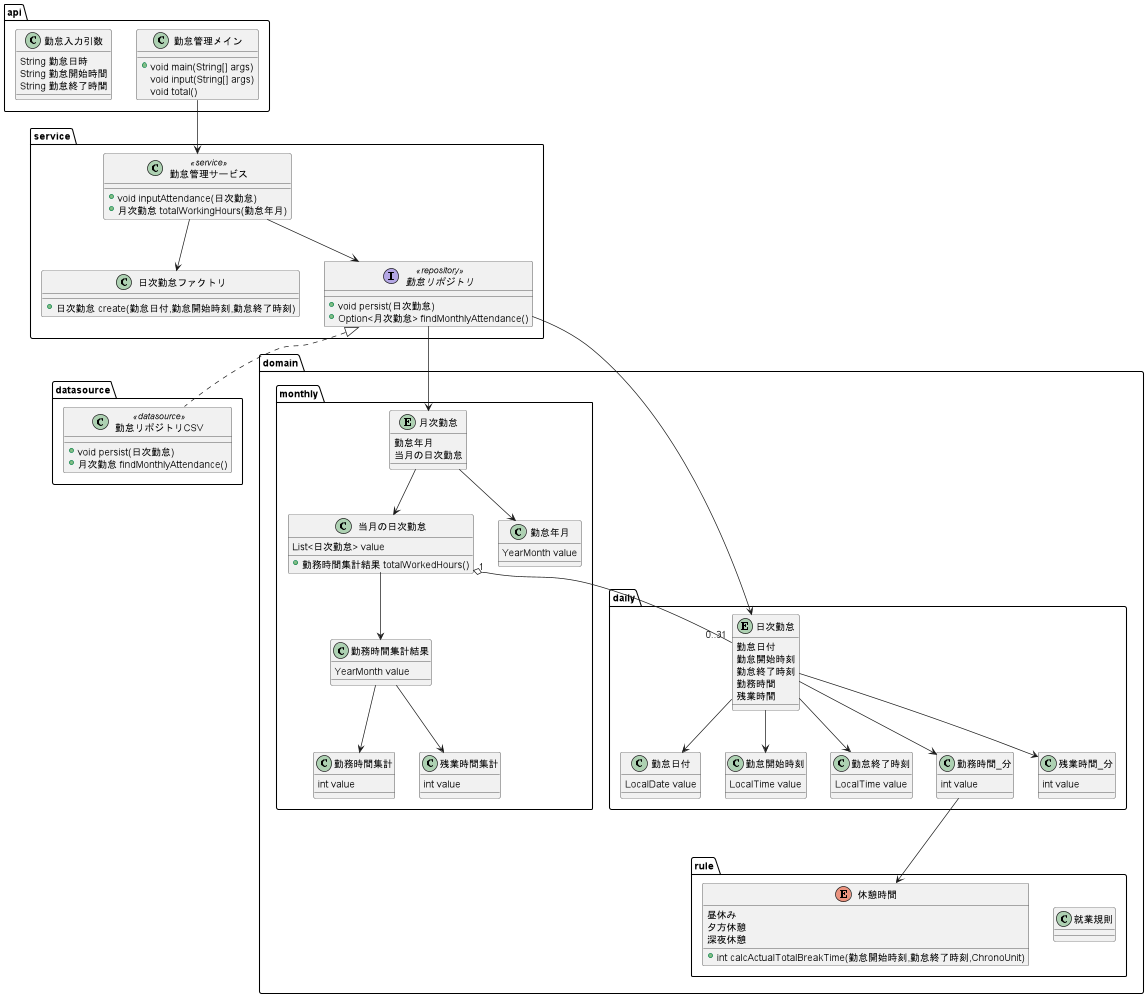
Above: apps/kintai/etc/design/model.png in biglobe-isp/kintai (PlantUML), before the change.
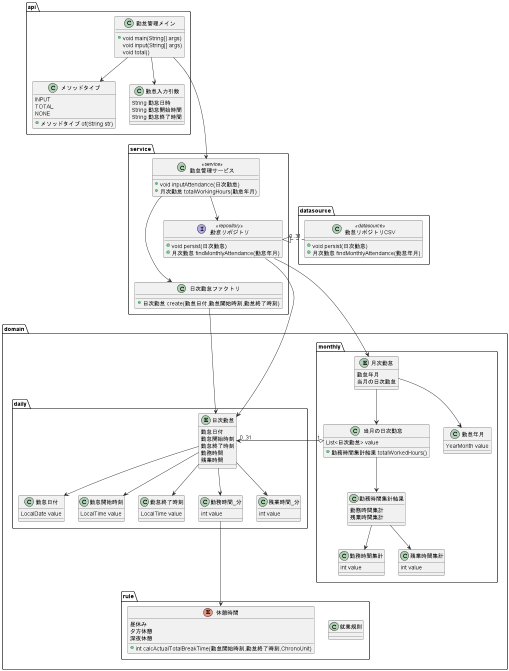
The same diagram one commit later.

Commit message:
docs: ドメインモデル図を修正

勤怠リポジトリ:Optionalを使わなくした
勤務時間集計結果:メンバ編集を修正
図の配置を修正
不足していた定義を追加

Change to the diagram source:
```diff
@@ -3,14 +3,13 @@
 package datasource {
     class 勤怠リポジトリCSV << datasource >> {
         +void persist(日次勤怠)
-        +月次勤怠 findMonthlyAttendance()
+        +月次勤怠 findMonthlyAttendance(勤怠年月)
     }
 }
 
 package domain {
     package rule {
         class 就業規則 {
-
         }
 
         enum 休憩時間 {
@@ -37,7 +36,8 @@
         }
 
         class 勤務時間集計結果 {
-            YearMonth value
+            勤務時間集計
+            残業時間集計
         }
 
         class 勤務時間集計 {
@@ -85,7 +85,8 @@
 
     月次勤怠-->勤怠年月
     月次勤怠-->当月の日次勤怠
-    当月の日次勤怠  "1" o-- "0..31" 日次勤怠
+
+    当月の日次勤怠  "1" o-> "0..31" 日次勤怠
     日次勤怠-->勤怠日付
     日次勤怠-->勤怠開始時刻
     日次勤怠-->勤怠終了時刻
@@ -104,13 +105,17 @@
     }
     interface 勤怠リポジトリ << repository >> {
         +void persist(日次勤怠)
-        +Option<月次勤怠> findMonthlyAttendance()
+        +月次勤怠 findMonthlyAttendance(勤怠年月)
     }
-    勤怠管理サービス-->日次勤怠ファクトリ
+    勤怠管理サービス--->日次勤怠ファクトリ
+    日次勤怠ファクトリ-->日次勤怠
     勤怠管理サービス-->勤怠リポジトリ
-    勤怠リポジトリ-->月次勤怠
-    勤怠リポジトリ-->日次勤怠
-    勤怠リポジトリ<|.. 勤怠リポジトリCSV
+    勤怠リポジトリ<|."0..31" 勤怠リポジトリCSV
+
+
+    勤怠リポジトリ--->月次勤怠
+    勤怠リポジトリ--->日次勤怠
+
 }
 
 package api {
@@ -120,12 +125,21 @@
         void total()
     }
 
+    class メソッドタイプ {
+        INPUT
+        TOTAL
+        NONE
+        +メソッドタイプ of(String str)
+    }
+
     class 勤怠入力引数 {
         String 勤怠日時
         String 勤怠開始時間
         String 勤怠終了時間
     }
 
-    勤怠管理メイン-->勤怠管理サービス
+    勤怠管理メイン--->勤怠管理サービス
+    勤怠管理メイン-->メソッドタイプ
+    勤怠管理メイン-->勤怠入力引数
 }
 @enduml
```
